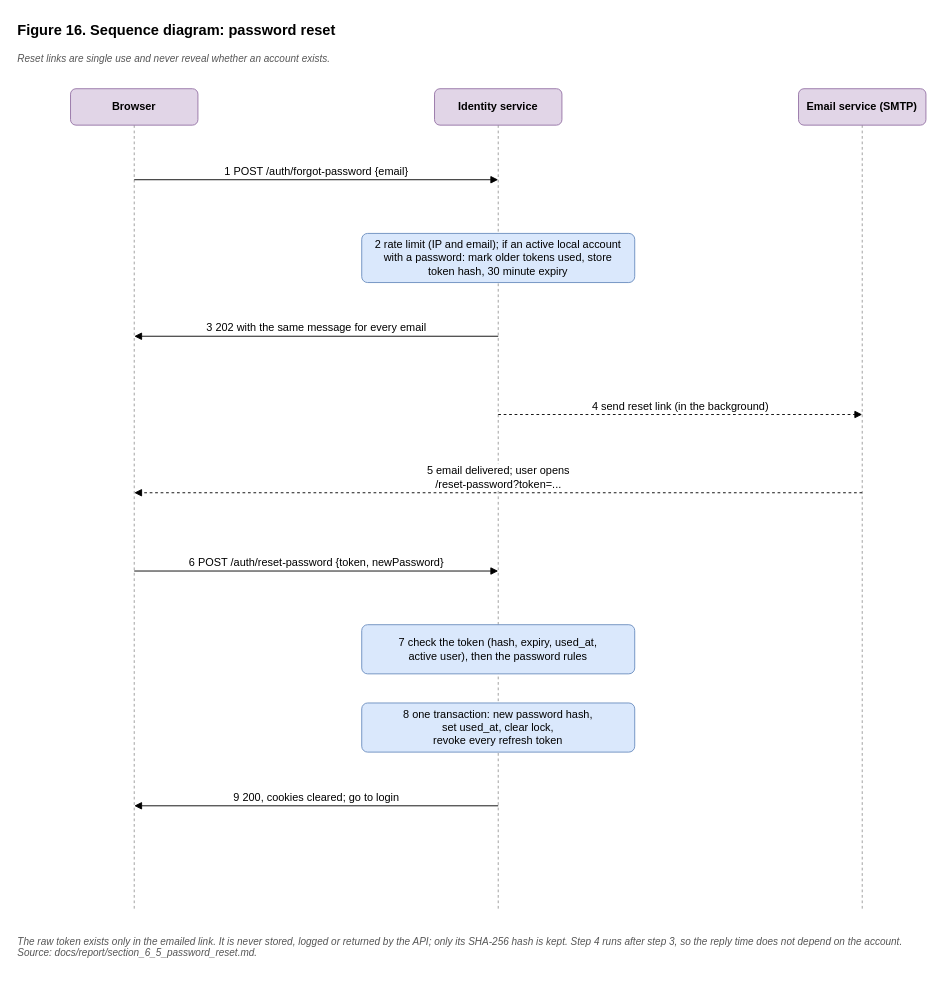
This is docs/diagrams/figure-16-password-reset-sequence.drawio from Vineth-R/swiftdrop, a draw.io file, before an edit. Source tidied: cells renumbered, new cells numbered last; positions are measured from the earlier drawing's top-left corner, leaving out a move shared by most shapes. Both pictures are drawn from the tidied source at 91%, with x=0, y=0 at pixel (15, 15).
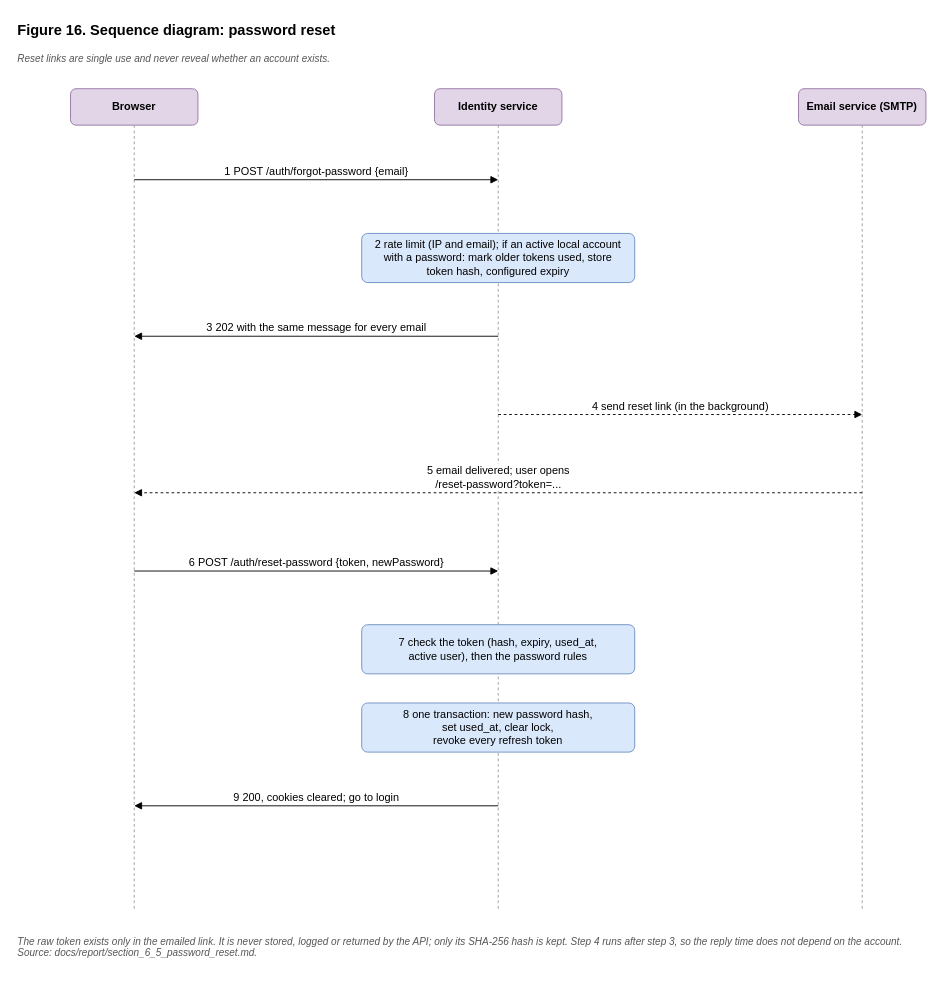
The same page after the edit.

What changed in the source:
```diff
@@
-    <mxCell id="11" value="2 rate limit (IP and email); if an active local account&lt;br&gt;with a password: mark older tokens used, store&lt;br&gt;token hash, 30 minute expiry" style="rounded=1;arcSize=12;fillColor=#dae8fc;strokeColor=#6c8ebf;fontFamily=Helvetica;fontSize=12;html=1;whiteSpace=wrap;" parent="1" vertex="1">
+    <mxCell id="11" value="2 rate limit (IP and email); if an active local account&lt;br&gt;with a password: mark older tokens used, store&lt;br&gt;token hash, configured expiry" style="rounded=1;arcSize=12;fillColor=#dae8fc;strokeColor=#6c8ebf;fontFamily=Helvetica;fontSize=12;html=1;whiteSpace=wrap;" parent="1" vertex="1">
       <mxGeometry x="380" y="239" width="300" height="54" as="geometry" />
     </mxCell>
```
